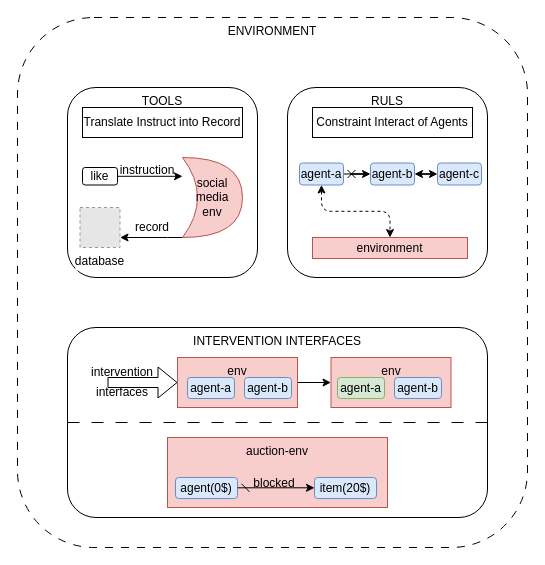
Above: page "environment-conponets" (2 of 2) of mgas.drawio in bianhua-12/Multi-generative_Agent_System_survey (draw.io), before the change. Source tidied: cells renumbered, new cells numbered last; positions are measured from the earlier drawing's top-left corner, leaving out a move shared by most shapes. Both pictures are drawn from the tidied source at 100%, with x=0, y=0 at pixel (17, 17). Pictures stored in the file or linked from it are replaced by grey dashed boxes.
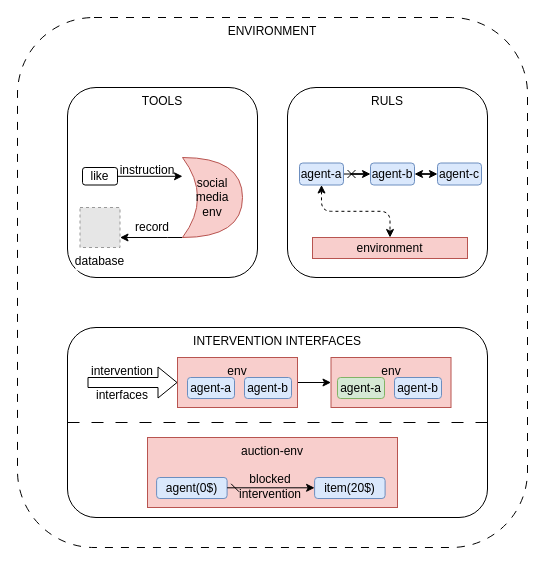
The same diagram, later.

The change refers to these unchanged cells:
```xml
<mxCell id="18" style="group;" parent="1" vertex="1">
  <mxGeometry x="50" y="310" width="420" height="190" as="geometry" />
</mxCell>
<mxCell id="22" value="env" style="rounded=0;whiteSpace=wrap;html=1;verticalAlign=top;fillColor=#f8cecc;strokeColor=#b85450;" parent="18" vertex="1">
  <mxGeometry x="110" y="30" width="120" height="50" as="geometry" />
</mxCell>
```

What changed in the source:
```diff
@@
-    <mxCell id="5" value="Translate Instruct into Record" style="rounded=0;whiteSpace=wrap;html=1;" parent="1" vertex="1">
-      <mxGeometry x="65" y="90" width="160" height="30" as="geometry" />
-    </mxCell>
-    <mxCell id="6" value="Constraint Interact of Agents" style="rounded=0;whiteSpace=wrap;html=1;" parent="1" vertex="1">
-      <mxGeometry x="295" y="90" width="160" height="30" as="geometry" />
-    </mxCell>
@@
-    <mxCell id="20" style="shape=flexArrow;endArrow=classic;html=1;rounded=0;entryX=0;entryY=0.5;entryDx=0;entryDy=0;exitX=0.25;exitY=0.167;exitDx=0;exitDy=0;exitPerimeter=0;" parent="18" edge="1" source="27" target="22">
-      <mxGeometry relative="1" as="geometry" />
+    <mxCell id="20" style="shape=flexArrow;endArrow=classic;html=1;rounded=0;entryX=0;entryY=0.5;entryDx=0;entryDy=0;" parent="18" edge="1" target="22">
+      <mxGeometry relative="1" as="geometry">
+        <mxPoint x="20" y="55" as="sourcePoint" />
+      </mxGeometry>
     </mxCell>
@@
     <mxCell id="26" value="intervention" style="text;html=1;align=center;verticalAlign=middle;whiteSpace=wrap;rounded=0;" parent="18" vertex="1">
-      <mxGeometry x="25" y="30" width="60" height="30" as="geometry" />
+      <mxGeometry x="25" y="29" width="60" height="30" as="geometry" />
     </mxCell>
     <mxCell id="27" value="interfaces" style="text;html=1;align=center;verticalAlign=middle;whiteSpace=wrap;rounded=0;" parent="18" vertex="1">
-      <mxGeometry x="25" y="50" width="60" height="30" as="geometry" />
+      <mxGeometry x="25" y="53" width="60" height="30" as="geometry" />
     </mxCell>
@@
     <mxCell id="31" style="group;fillColor=#f8cecc;strokeColor=#b85450;" parent="18" vertex="1">
-      <mxGeometry x="100" y="110" width="220" height="70" as="geometry" />
+      <mxGeometry x="80" y="110" width="250" height="70" as="geometry" />
     </mxCell>
     <mxCell id="32" value="&lt;div&gt;auction&lt;span style=&quot;background-color: transparent; color: light-dark(rgb(0, 0, 0), rgb(255, 255, 255));&quot;&gt;-env&lt;/span&gt;&lt;/div&gt;" style="rounded=0;whiteSpace=wrap;html=1;verticalAlign=top;fillColor=#f8cecc;strokeColor=#b85450;" parent="31" vertex="1">
-      <mxGeometry width="220" height="70" as="geometry" />
+      <mxGeometry width="250" height="70" as="geometry" />
     </mxCell>
     <mxCell id="33" style="group;" parent="31" vertex="1">
-      <mxGeometry x="8" y="31" width="201" height="30" as="geometry" />
+      <mxGeometry x="9.1" y="31" width="228.4" height="30" as="geometry" />
     </mxCell>
     <mxCell id="34" value="agent(0$)" style="rounded=1;whiteSpace=wrap;html=1;fillColor=#dae8fc;strokeColor=#6c8ebf;" parent="33" vertex="1">
-      <mxGeometry y="9" width="62" height="21" as="geometry" />
+      <mxGeometry y="9" width="70.5" height="21" as="geometry" />
     </mxCell>
     <mxCell id="35" value="item(20$)" style="rounded=1;whiteSpace=wrap;html=1;fillColor=#dae8fc;strokeColor=#6c8ebf;" parent="33" vertex="1">
-      <mxGeometry x="139" y="9" width="62" height="21" as="geometry" />
+      <mxGeometry x="158" y="9" width="70.5" height="21" as="geometry" />
     </mxCell>
     <mxCell id="36" style="edgeStyle=orthogonalEdgeStyle;rounded=0;orthogonalLoop=1;jettySize=auto;html=1;startArrow=dash;startFill=0;" parent="33" edge="1">
       <mxGeometry relative="1" as="geometry">
-        <mxPoint x="62" y="19.3" as="sourcePoint" />
-        <mxPoint x="139" y="19.3" as="targetPoint" />
+        <mxPoint x="70.5" y="19.3" as="sourcePoint" />
+        <mxPoint x="158" y="19.3" as="targetPoint" />
       </mxGeometry>
     </mxCell>
-    <mxCell id="37" value="blocked" style="text;html=1;align=center;verticalAlign=middle;whiteSpace=wrap;rounded=0;" parent="33" vertex="1">
-      <mxGeometry x="69" width="60" height="30" as="geometry" />
+    <mxCell id="37" value="blocked&lt;div&gt;intervention&lt;/div&gt;" style="text;html=1;align=center;verticalAlign=middle;whiteSpace=wrap;rounded=0;" parent="31" vertex="1">
+      <mxGeometry x="89.2" y="34" width="68.2" height="30" as="geometry" />
     </mxCell>
```
